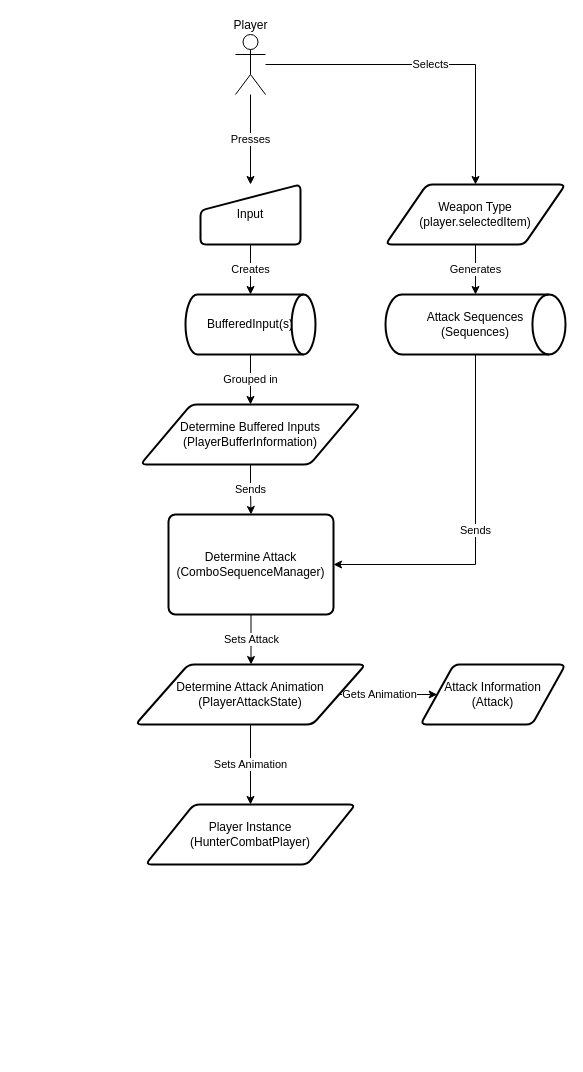
Earlier version of the draw.io diagram AttackFlowChart.drawio (Gingerbreadman32/HunterCombatMR). Source tidied: cells renumbered, new cells numbered last; positions are measured from the earlier drawing's top-left corner, leaving out a move shared by most shapes. Both pictures are drawn from the tidied source at 100%, with x=0, y=0 at pixel (135, 34).
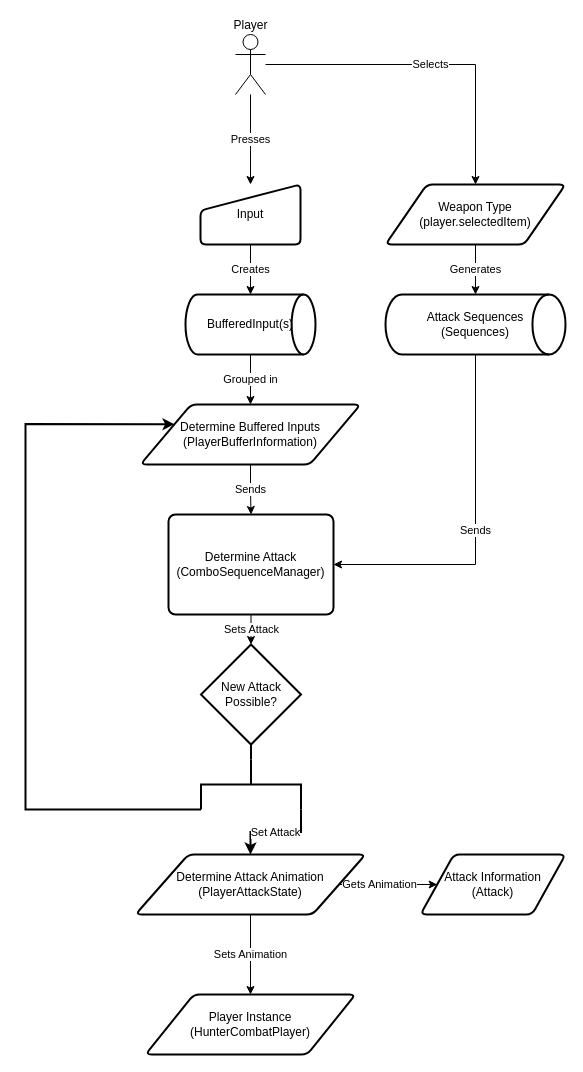
The same diagram, later.

The change refers to these unchanged cells:
```xml
<mxCell id="14" value="Determine Attack&lt;br&gt;(ComboSequenceManager)" style="rounded=1;whiteSpace=wrap;html=1;absoluteArcSize=1;arcSize=14;strokeWidth=2;" parent="1" vertex="1">
  <mxGeometry x="33" y="480" width="165" height="100" as="geometry" />
</mxCell>
<mxCell id="19" value="Determine Buffered Inputs&lt;br&gt;(PlayerBufferInformation)" style="shape=parallelogram;html=1;strokeWidth=2;perimeter=parallelogramPerimeter;whiteSpace=wrap;rounded=1;arcSize=12;size=0.23;" parent="1" vertex="1">
  <mxGeometry x="5" y="370" width="220" height="60" as="geometry" />
</mxCell>
```

The edit, as a diff of the source:
```diff
@@
-    <mxCell id="13" value="Sets Attack" style="edgeStyle=orthogonalEdgeStyle;rounded=0;jettySize=auto;html=1;" parent="1" edge="1" source="14">
-      <mxGeometry relative="1" as="geometry">
-        <mxPoint x="115.5" y="630" as="targetPoint" />
-      </mxGeometry>
+    <mxCell id="13" value="Sets Attack" style="edgeStyle=orthogonalEdgeStyle;rounded=0;jettySize=auto;html=1;exitX=0.5;exitY=1;exitDx=0;exitDy=0;entryX=0.5;entryY=0;entryDx=0;entryDy=0;entryPerimeter=0;" parent="1" edge="1" source="14" target="22">
+      <mxGeometry relative="1" as="geometry" />
     </mxCell>
@@
     <mxCell id="17" value="Determine Attack Animation&lt;br&gt;(PlayerAttackState)" style="shape=parallelogram;html=1;strokeWidth=2;perimeter=parallelogramPerimeter;whiteSpace=wrap;rounded=1;arcSize=12;size=0.23;" parent="1" vertex="1">
-      <mxGeometry y="630" width="230" height="60" as="geometry" />
+      <mxGeometry y="820" width="230" height="60" as="geometry" />
     </mxCell>
@@
     <mxCell id="20" value="Attack Information&lt;br&gt;(Attack)" style="shape=parallelogram;html=1;strokeWidth=2;perimeter=parallelogramPerimeter;whiteSpace=wrap;rounded=1;arcSize=12;size=0.23;" parent="1" vertex="1">
-      <mxGeometry x="285" y="630" width="145" height="60" as="geometry" />
+      <mxGeometry x="285" y="820" width="145" height="60" as="geometry" />
     </mxCell>
     <mxCell id="21" value="Player Instance&lt;br&gt;(HunterCombatPlayer)" style="shape=parallelogram;html=1;strokeWidth=2;perimeter=parallelogramPerimeter;whiteSpace=wrap;rounded=1;arcSize=12;size=0.23;" parent="1" vertex="1">
-      <mxGeometry x="10" y="770" width="210" height="60" as="geometry" />
+      <mxGeometry x="10" y="960" width="210" height="60" as="geometry" />
     </mxCell>
+    <mxCell id="22" value="New Attack Possible?" style="strokeWidth=2;html=1;shape=mxgraph.flowchart.decision;whiteSpace=wrap;" parent="1" vertex="1">
+      <mxGeometry x="65.5" y="610" width="100" height="100" as="geometry" />
+    </mxCell>
+    <mxCell id="23" style="edgeStyle=orthogonalEdgeStyle;rounded=0;jettySize=auto;html=1;exitX=0;exitY=0.5;exitDx=0;exitDy=0;exitPerimeter=0;entryX=0.5;entryY=1;entryDx=0;entryDy=0;entryPerimeter=0;endArrow=none;endFill=0;strokeWidth=2;" parent="1" edge="1" source="26" target="22">
+      <mxGeometry relative="1" as="geometry" />
+    </mxCell>
+    <mxCell id="24" value="Set Attack" style="edgeStyle=orthogonalEdgeStyle;rounded=0;jettySize=auto;html=1;exitX=1;exitY=0;exitDx=0;exitDy=0;exitPerimeter=0;entryX=0.5;entryY=0;entryDx=0;entryDy=0;endArrow=classic;endFill=1;strokeWidth=2;" parent="1" edge="1" source="26" target="17">
+      <mxGeometry relative="1" as="geometry" />
+    </mxCell>
+    <mxCell id="25" style="edgeStyle=orthogonalEdgeStyle;rounded=0;jettySize=auto;html=1;exitX=1;exitY=1;exitDx=0;exitDy=0;exitPerimeter=0;endArrow=classic;endFill=1;strokeWidth=2;entryX=0;entryY=0.25;entryDx=0;entryDy=0;" parent="1" edge="1" source="26" target="19">
+      <mxGeometry relative="1" as="geometry">
+        <Array as="points">
+          <mxPoint x="-110" y="775" />
+          <mxPoint x="-110" y="390" />
+        </Array>
+      </mxGeometry>
+    </mxCell>
+    <mxCell id="26" style="strokeWidth=2;html=1;shape=mxgraph.flowchart.annotation_2;align=left;labelPosition=right;rotation=90;" parent="1" vertex="1">
+      <mxGeometry x="90.5" y="700" width="50" height="100" as="geometry" />
+    </mxCell>
```
